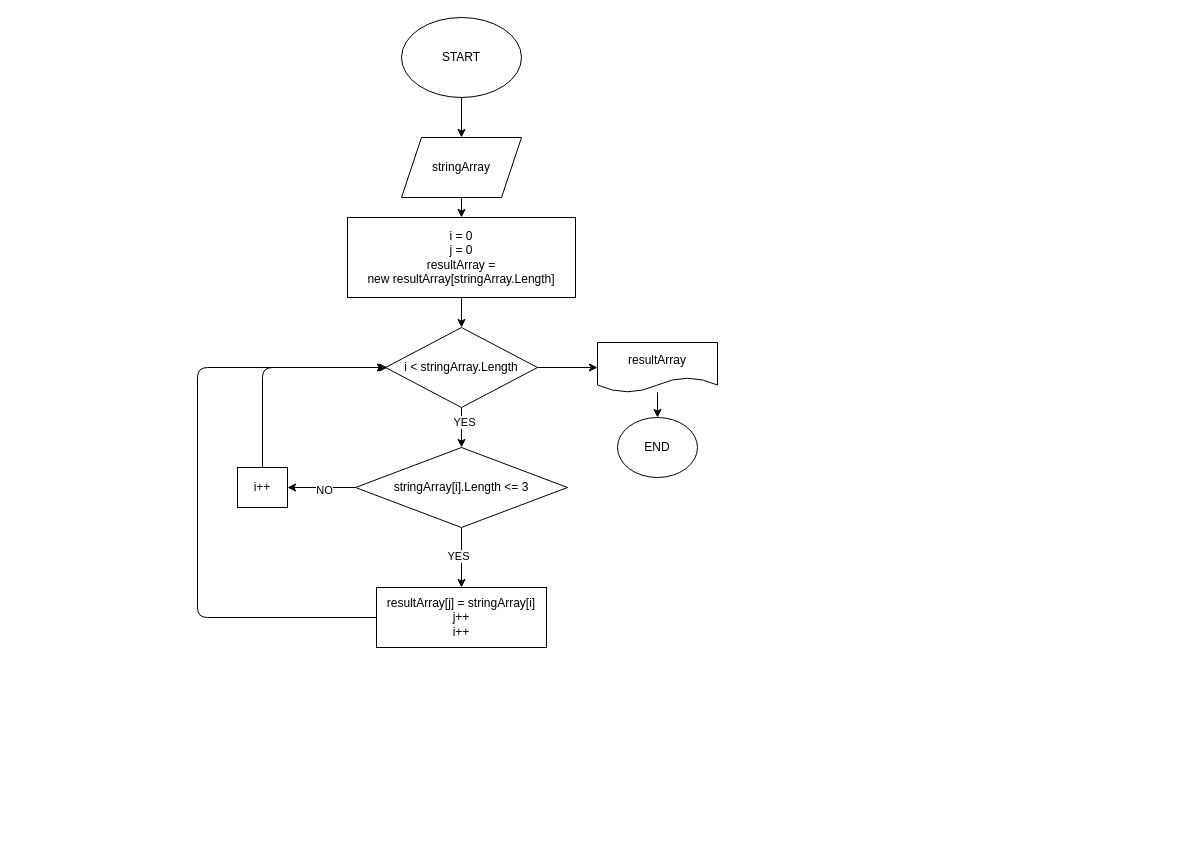
Storm1108/Control keeps this draw.io diagram as BlockScheme.drawio. Above is the earlier version. Source tidied: cells renumbered, new cells numbered last; positions are measured from the earlier drawing's top-left corner, leaving out a move shared by most shapes. Both pictures are drawn from the tidied source at 100%, with x=0, y=0 at pixel (197, 17).
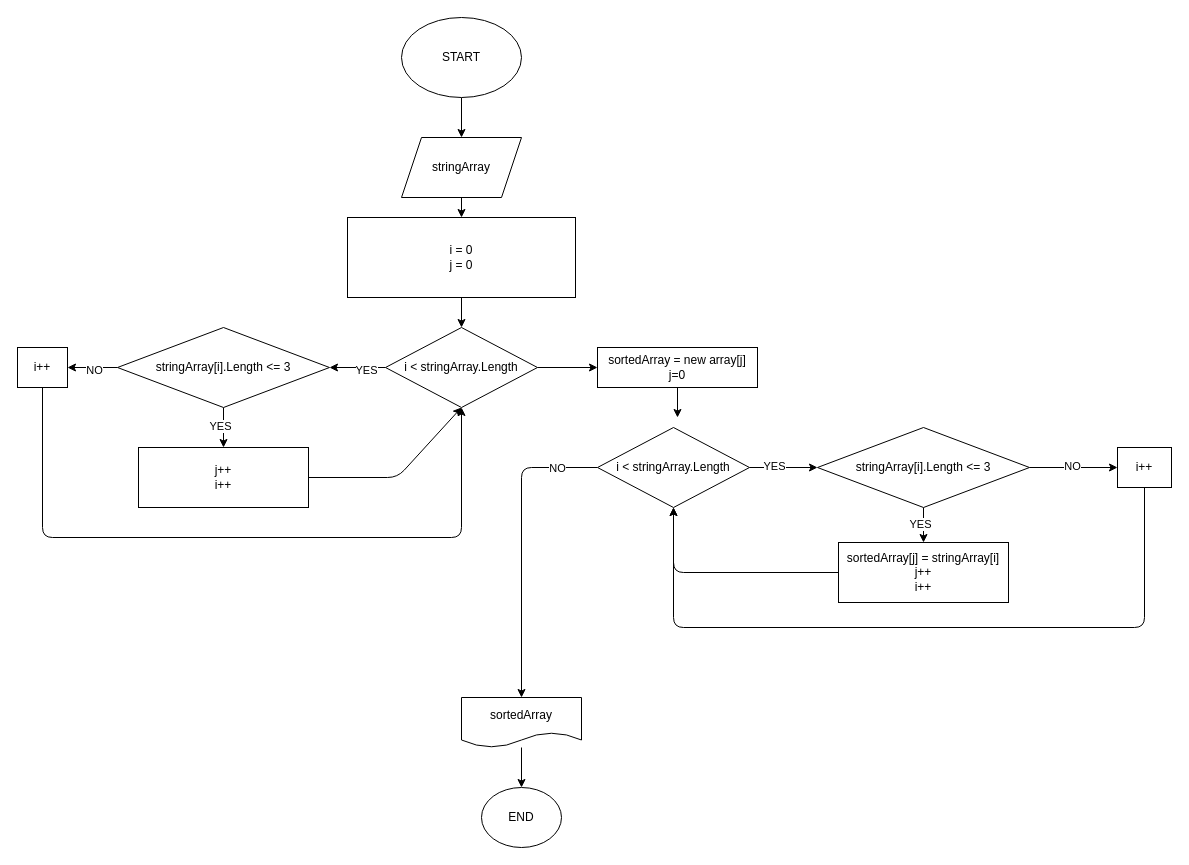
Above is the later version.

The change refers to these unchanged cells:
```xml
<mxCell id="10" value="i &amp;lt; stringArray.Length" style="rhombus;whiteSpace=wrap;html=1;" parent="1" vertex="1">
  <mxGeometry x="188" y="310" width="152" height="80" as="geometry" />
</mxCell>
```

The edit, as a diff of the source:
```diff
@@
-    <mxCell id="9" style="edgeStyle=none;html=1;" parent="1" edge="1" source="10" target="22">
-      <mxGeometry relative="1" as="geometry" />
-    </mxCell>
+    <mxCell id="24" style="edgeStyle=none;html=1;" parent="1" edge="1" source="10" target="27">
+      <mxGeometry relative="1" as="geometry" />
+    </mxCell>
@@
-    <mxCell id="11" value="i = 0&lt;br&gt;j = 0&lt;br&gt;resultArray = &lt;br&gt;new resultArray[stringArray.Length]" style="whiteSpace=wrap;html=1;" parent="1" vertex="1">
+    <mxCell id="11" value="i = 0&lt;br&gt;j = 0" style="whiteSpace=wrap;html=1;" parent="1" vertex="1">
       <mxGeometry x="150" y="200" width="228" height="80" as="geometry" />
     </mxCell>
@@
     <mxCell id="16" value="stringArray[i].Length &amp;lt;= 3" style="rhombus;whiteSpace=wrap;html=1;" parent="1" vertex="1">
-      <mxGeometry x="158" y="430" width="212" height="80" as="geometry" />
+      <mxGeometry x="-80" y="310" width="212" height="80" as="geometry" />
     </mxCell>
-    <mxCell id="17" style="edgeStyle=none;html=1;" parent="1" edge="1" source="18">
-      <mxGeometry relative="1" as="geometry">
-        <mxPoint x="190" y="350" as="targetPoint" />
-        <Array as="points">
-          <mxPoint y="600" />
-          <mxPoint y="350" />
-        </Array>
-      </mxGeometry>
-    </mxCell>
+    <mxCell id="25" style="edgeStyle=none;html=1;entryX=0.5;entryY=1;entryDx=0;entryDy=0;" parent="1" edge="1" source="18" target="10">
+      <mxGeometry relative="1" as="geometry">
+        <Array as="points">
+          <mxPoint x="200" y="460" />
+        </Array>
+      </mxGeometry>
+    </mxCell>
-    <mxCell id="18" value="resultArray[j] = stringArray[i]&lt;br&gt;j++&lt;br&gt;i++" style="whiteSpace=wrap;html=1;" parent="1" vertex="1">
-      <mxGeometry x="179" y="570" width="170" height="60" as="geometry" />
+    <mxCell id="18" value="j++&lt;br&gt;i++" style="whiteSpace=wrap;html=1;" parent="1" vertex="1">
+      <mxGeometry x="-59" y="430" width="170" height="60" as="geometry" />
     </mxCell>
-    <mxCell id="19" style="edgeStyle=none;html=1;entryX=0;entryY=0.5;entryDx=0;entryDy=0;" parent="1" edge="1" source="20" target="10">
+    <mxCell id="19" style="edgeStyle=none;html=1;entryX=0.5;entryY=1;entryDx=0;entryDy=0;" parent="1" edge="1" source="20" target="10">
       <mxGeometry relative="1" as="geometry">
         <Array as="points">
-          <mxPoint x="65" y="350" />
+          <mxPoint x="-155" y="520" />
+          <mxPoint x="264" y="520" />
         </Array>
       </mxGeometry>
     </mxCell>
     <mxCell id="20" value="i++" style="whiteSpace=wrap;html=1;" parent="1" vertex="1">
-      <mxGeometry x="40" y="450" width="50" height="40" as="geometry" />
+      <mxGeometry x="-180" y="330" width="50" height="40" as="geometry" />
     </mxCell>
@@
-    <mxCell id="22" value="resultArray" style="shape=document;whiteSpace=wrap;html=1;boundedLbl=1;" parent="1" vertex="1">
-      <mxGeometry x="400" y="325" width="120" height="50" as="geometry" />
+    <mxCell id="22" value="sortedArray" style="shape=document;whiteSpace=wrap;html=1;boundedLbl=1;" parent="1" vertex="1">
+      <mxGeometry x="264" y="680" width="120" height="50" as="geometry" />
     </mxCell>
     <mxCell id="23" value="END" style="ellipse;whiteSpace=wrap;html=1;" parent="1" vertex="1">
-      <mxGeometry x="420" y="400" width="80" height="60" as="geometry" />
+      <mxGeometry x="284" y="770" width="80" height="60" as="geometry" />
     </mxCell>
+    <mxCell id="26" style="edgeStyle=none;html=1;" parent="1" edge="1" source="27">
+      <mxGeometry relative="1" as="geometry">
+        <mxPoint x="480" y="400" as="targetPoint" />
+      </mxGeometry>
+    </mxCell>
+    <mxCell id="27" value="sortedArray = new array[j]&lt;br&gt;j=0" style="rounded=0;whiteSpace=wrap;html=1;" parent="1" vertex="1">
+      <mxGeometry x="400" y="330" width="160" height="40" as="geometry" />
+    </mxCell>
+    <mxCell id="28" style="edgeStyle=none;html=1;" parent="1" edge="1" source="32" target="37">
+      <mxGeometry relative="1" as="geometry" />
+    </mxCell>
+    <mxCell id="29" value="YES" style="edgeLabel;html=1;align=center;verticalAlign=middle;" parent="28" vertex="1">
+      <mxGeometry x="-0.29" y="2" relative="1" as="geometry" />
+    </mxCell>
+    <mxCell id="30" style="edgeStyle=none;html=1;entryX=0.5;entryY=0;entryDx=0;entryDy=0;" parent="1" edge="1" source="32" target="22">
+      <mxGeometry relative="1" as="geometry">
+        <Array as="points">
+          <mxPoint x="324" y="450" />
+        </Array>
+      </mxGeometry>
+    </mxCell>
+    <mxCell id="31" value="NO" style="edgeLabel;html=1;align=center;verticalAlign=middle;" parent="30" vertex="1">
+      <mxGeometry x="-0.74" relative="1" as="geometry">
+        <mxPoint x="-1" as="offset" />
+      </mxGeometry>
+    </mxCell>
+    <mxCell id="32" value="i &amp;lt; stringArray.Length" style="rhombus;whiteSpace=wrap;html=1;" parent="1" vertex="1">
+      <mxGeometry x="400" y="410" width="152" height="80" as="geometry" />
+    </mxCell>
+    <mxCell id="33" style="edgeStyle=none;html=1;" parent="1" edge="1" source="37" target="39">
+      <mxGeometry relative="1" as="geometry" />
+    </mxCell>
+    <mxCell id="34" value="YES" style="edgeLabel;html=1;align=center;verticalAlign=middle;" parent="33" vertex="1">
+      <mxGeometry x="-0.08" y="-4" relative="1" as="geometry" />
+    </mxCell>
+    <mxCell id="35" style="edgeStyle=none;html=1;" parent="1" edge="1" source="37" target="41">
+      <mxGeometry relative="1" as="geometry" />
+    </mxCell>
+    <mxCell id="36" value="NO" style="edgeLabel;html=1;align=center;verticalAlign=middle;" parent="35" vertex="1">
+      <mxGeometry x="-0.05" y="2" relative="1" as="geometry" />
+    </mxCell>
+    <mxCell id="37" value="stringArray[i].Length &amp;lt;= 3" style="rhombus;whiteSpace=wrap;html=1;" parent="1" vertex="1">
+      <mxGeometry x="620" y="410" width="212" height="80" as="geometry" />
+    </mxCell>
+    <mxCell id="38" style="edgeStyle=none;html=1;entryX=0.5;entryY=1;entryDx=0;entryDy=0;" parent="1" edge="1" source="39" target="32">
+      <mxGeometry relative="1" as="geometry">
+        <Array as="points">
+          <mxPoint x="476" y="555" />
+        </Array>
+      </mxGeometry>
+    </mxCell>
+    <mxCell id="39" value="sortedArray[j] = stringArray[i]&lt;br&gt;j++&lt;br&gt;i++" style="whiteSpace=wrap;html=1;" parent="1" vertex="1">
+      <mxGeometry x="641" y="525" width="170" height="60" as="geometry" />
+    </mxCell>
+    <mxCell id="40" style="edgeStyle=none;html=1;entryX=0.5;entryY=1;entryDx=0;entryDy=0;" parent="1" edge="1" source="41" target="32">
+      <mxGeometry relative="1" as="geometry">
+        <Array as="points">
+          <mxPoint x="947" y="610" />
+          <mxPoint x="476" y="610" />
+        </Array>
+      </mxGeometry>
+    </mxCell>
+    <mxCell id="41" value="i++" style="whiteSpace=wrap;html=1;" parent="1" vertex="1">
+      <mxGeometry x="920" y="430" width="54" height="40" as="geometry" />
+    </mxCell>
```
